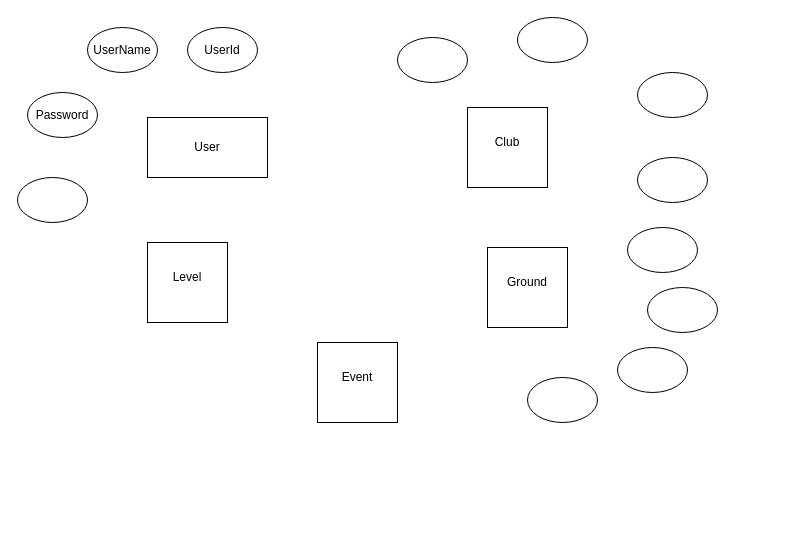
chamithopatha/Crickfix keeps this draw.io diagram as Untitled Diagram.drawio. Above is the earlier version. Source tidied: cells renumbered, new cells numbered last; positions are measured from the earlier drawing's top-left corner, leaving out a move shared by most shapes. Both pictures are drawn from the tidied source at 100%, with x=0, y=0 at pixel (17, 17).
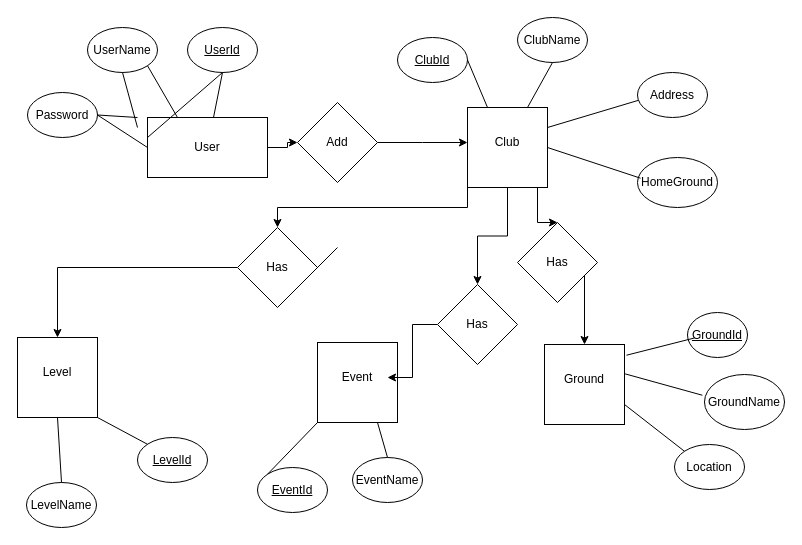
The same page after the edit.

Unchanged cells that the change refers to:
```xml
<mxCell id="2" style="whiteSpace=wrap;html=1;" parent="1" vertex="1">
  <mxGeometry x="450" y="90" width="80" height="80" as="geometry" />
</mxCell>
<mxCell id="8" value="Password" style="ellipse;whiteSpace=wrap;html=1;" parent="1" vertex="1">
  <mxGeometry x="10" y="75" width="70" height="45" as="geometry" />
</mxCell>
<mxCell id="11" value="UserName" style="ellipse;whiteSpace=wrap;html=1;" parent="1" vertex="1">
  <mxGeometry x="70" y="10" width="70" height="45" as="geometry" />
</mxCell>
<mxCell id="20" style="whiteSpace=wrap;html=1;" parent="1" vertex="1">
  <mxGeometry x="300" y="325" width="80" height="80" as="geometry" />
</mxCell>
<mxCell id="21" value="Event" style="text;html=1;strokeColor=none;fillColor=none;align=center;verticalAlign=middle;whiteSpace=wrap;rounded=0;" parent="1" vertex="1">
  <mxGeometry x="310" y="345" width="60" height="30" as="geometry" />
</mxCell>
<mxCell id="22" style="rounded=0;whiteSpace=wrap;html=1;" parent="1" vertex="1">
  <mxGeometry x="130" y="100" width="120" height="60" as="geometry" />
</mxCell>
```

What changed in the source:
```diff
@@
     <mxCell id="4" style="whiteSpace=wrap;html=1;" parent="1" vertex="1">
-      <mxGeometry x="470" y="230" width="80" height="80" as="geometry" />
+      <mxGeometry x="527" y="327" width="80" height="80" as="geometry" />
     </mxCell>
     <mxCell id="5" value="Ground" style="text;html=1;strokeColor=none;fillColor=none;align=center;verticalAlign=middle;whiteSpace=wrap;rounded=0;" parent="1" vertex="1">
-      <mxGeometry x="480" y="250" width="60" height="30" as="geometry" />
+      <mxGeometry x="537" y="347" width="60" height="30" as="geometry" />
     </mxCell>
     <mxCell id="6" style="whiteSpace=wrap;html=1;" parent="1" vertex="1">
-      <mxGeometry x="130" y="225" width="80" height="80" as="geometry" />
+      <mxGeometry y="320" width="80" height="80" as="geometry" />
     </mxCell>
     <mxCell id="7" value="Level" style="text;html=1;strokeColor=none;fillColor=none;align=center;verticalAlign=middle;whiteSpace=wrap;rounded=0;" parent="1" vertex="1">
-      <mxGeometry x="140" y="245" width="60" height="30" as="geometry" />
+      <mxGeometry x="10" y="340" width="60" height="30" as="geometry" />
     </mxCell>
@@
-    <mxCell id="9" style="ellipse;whiteSpace=wrap;html=1;" parent="1" vertex="1">
-      <mxGeometry y="160" width="70" height="45" as="geometry" />
-    </mxCell>
-    <mxCell id="10" value="UserId" style="ellipse;whiteSpace=wrap;html=1;" parent="1" vertex="1">
+    <mxCell id="10" value="&lt;u&gt;UserId&lt;/u&gt;" style="ellipse;whiteSpace=wrap;html=1;" parent="1" vertex="1">
       <mxGeometry x="170" y="10" width="70" height="45" as="geometry" />
     </mxCell>
@@
-    <mxCell id="12" style="ellipse;whiteSpace=wrap;html=1;" parent="1" vertex="1">
+    <mxCell id="12" value="&lt;u&gt;ClubId&lt;/u&gt;" style="ellipse;whiteSpace=wrap;html=1;" parent="1" vertex="1">
       <mxGeometry x="380" y="20" width="70" height="45" as="geometry" />
     </mxCell>
-    <mxCell id="13" style="ellipse;whiteSpace=wrap;html=1;" parent="1" vertex="1">
-      <mxGeometry x="620" y="140" width="70" height="45" as="geometry" />
+    <mxCell id="13" value="HomeGround" style="ellipse;whiteSpace=wrap;html=1;" parent="1" vertex="1">
+      <mxGeometry x="620" y="140" width="80" height="50" as="geometry" />
     </mxCell>
-    <mxCell id="14" style="ellipse;whiteSpace=wrap;html=1;" parent="1" vertex="1">
+    <mxCell id="14" value="Address" style="ellipse;whiteSpace=wrap;html=1;" parent="1" vertex="1">
       <mxGeometry x="620" y="55" width="70" height="45" as="geometry" />
     </mxCell>
-    <mxCell id="15" style="ellipse;whiteSpace=wrap;html=1;" parent="1" vertex="1">
+    <mxCell id="15" value="ClubName" style="ellipse;whiteSpace=wrap;html=1;" parent="1" vertex="1">
       <mxGeometry x="500" width="70" height="45" as="geometry" />
     </mxCell>
-    <mxCell id="16" style="ellipse;whiteSpace=wrap;html=1;" parent="1" vertex="1">
-      <mxGeometry x="510" y="360" width="70" height="45" as="geometry" />
+    <mxCell id="16" value="&lt;u&gt;EventId&lt;/u&gt;" style="ellipse;whiteSpace=wrap;html=1;" parent="1" vertex="1">
+      <mxGeometry x="240" y="450" width="70" height="45" as="geometry" />
     </mxCell>
-    <mxCell id="17" style="ellipse;whiteSpace=wrap;html=1;" parent="1" vertex="1">
-      <mxGeometry x="600" y="330" width="70" height="45" as="geometry" />
+    <mxCell id="17" value="Location" style="ellipse;whiteSpace=wrap;html=1;" parent="1" vertex="1">
+      <mxGeometry x="657" y="427" width="70" height="45" as="geometry" />
     </mxCell>
-    <mxCell id="18" style="ellipse;whiteSpace=wrap;html=1;" parent="1" vertex="1">
-      <mxGeometry x="630" y="270" width="70" height="45" as="geometry" />
+    <mxCell id="18" value="GroundName" style="ellipse;whiteSpace=wrap;html=1;" parent="1" vertex="1">
+      <mxGeometry x="687" y="357" width="80" height="55" as="geometry" />
     </mxCell>
-    <mxCell id="19" style="ellipse;whiteSpace=wrap;html=1;" parent="1" vertex="1">
-      <mxGeometry x="610" y="210" width="70" height="45" as="geometry" />
+    <mxCell id="19" value="&lt;u&gt;GroundId&lt;/u&gt;" style="ellipse;whiteSpace=wrap;html=1;" parent="1" vertex="1">
+      <mxGeometry x="670" y="295" width="60" height="45" as="geometry" />
     </mxCell>
@@
+    <mxCell id="24" style="edgeStyle=orthogonalEdgeStyle;rounded=0;jettySize=auto;html=1;" parent="1" edge="1" source="26">
+      <mxGeometry relative="1" as="geometry">
+        <mxPoint x="450" y="125" as="targetPoint" />
+      </mxGeometry>
+    </mxCell>
+    <mxCell id="25" style="edgeStyle=orthogonalEdgeStyle;rounded=0;jettySize=auto;html=1;" parent="1" edge="1" source="22" target="26">
+      <mxGeometry relative="1" as="geometry" />
+    </mxCell>
@@
+    <mxCell id="26" value="Add" style="rhombus;whiteSpace=wrap;html=1;" parent="1" vertex="1">
+      <mxGeometry x="280" y="85" width="80" height="80" as="geometry" />
+    </mxCell>
@@
+    <mxCell id="27" value="EventName" style="ellipse;whiteSpace=wrap;html=1;" parent="1" vertex="1">
+      <mxGeometry x="335" y="440" width="70" height="45" as="geometry" />
+    </mxCell>
+    <mxCell id="28" style="edgeStyle=orthogonalEdgeStyle;rounded=0;jettySize=auto;html=1;exitX=0;exitY=0.5;exitDx=0;exitDy=0;entryX=0.5;entryY=0;entryDx=0;entryDy=0;" parent="1" edge="1" source="29" target="6">
+      <mxGeometry relative="1" as="geometry" />
+    </mxCell>
+    <mxCell id="29" value="Has" style="rhombus;whiteSpace=wrap;html=1;rotation=0;" parent="1" vertex="1">
+      <mxGeometry x="220" y="210" width="80" height="80" as="geometry" />
+    </mxCell>
+    <mxCell id="30" style="endArrow=none;html=1;rounded=0;exitX=1;exitY=0.5;exitDx=0;exitDy=0;entryX=0;entryY=0.25;entryDx=0;entryDy=0;" parent="1" edge="1" source="8">
+      <mxGeometry relative="1" as="geometry">
+        <mxPoint x="120" y="100" as="targetPoint" />
+      </mxGeometry>
+    </mxCell>
+    <mxCell id="31" style="endArrow=none;html=1;rounded=0;exitX=0.5;exitY=1;exitDx=0;exitDy=0;entryX=0.25;entryY=0;entryDx=0;entryDy=0;" parent="1" edge="1" source="11">
+      <mxGeometry relative="1" as="geometry">
+        <mxPoint x="120" y="110" as="targetPoint" />
+      </mxGeometry>
+    </mxCell>
+    <mxCell id="32" style="endArrow=none;html=1;rounded=0;exitX=0.5;exitY=1;exitDx=0;exitDy=0;entryX=1;entryY=0;entryDx=0;entryDy=0;" parent="1" edge="1" source="10">
+      <mxGeometry relative="1" as="geometry">
+        <mxPoint x="130" y="120" as="targetPoint" />
+      </mxGeometry>
+    </mxCell>
+    <mxCell id="33" style="endArrow=none;html=1;rounded=0;entryX=1;entryY=0.5;entryDx=0;entryDy=0;exitX=0.25;exitY=0;exitDx=0;exitDy=0;" parent="1" edge="1" source="2" target="12">
+      <mxGeometry relative="1" as="geometry" />
+    </mxCell>
+    <mxCell id="34" style="endArrow=none;html=1;rounded=0;entryX=0.5;entryY=1;entryDx=0;entryDy=0;exitX=0.75;exitY=0;exitDx=0;exitDy=0;" parent="1" edge="1" source="2" target="15">
+      <mxGeometry relative="1" as="geometry" />
+    </mxCell>
+    <mxCell id="35" style="endArrow=none;html=1;rounded=0;entryX=0.014;entryY=0.618;entryDx=0;entryDy=0;exitX=1;exitY=0.25;exitDx=0;exitDy=0;entryPerimeter=0;" parent="1" edge="1" source="2" target="14">
+      <mxGeometry relative="1" as="geometry" />
+    </mxCell>
+    <mxCell id="36" style="endArrow=none;html=1;rounded=0;entryX=0.038;entryY=0.414;entryDx=0;entryDy=0;exitX=1;exitY=0.5;exitDx=0;exitDy=0;entryPerimeter=0;" parent="1" edge="1" source="2" target="13">
+      <mxGeometry relative="1" as="geometry" />
+    </mxCell>
+    <mxCell id="37" style="endArrow=none;html=1;rounded=0;exitX=1.025;exitY=0.134;exitDx=0;exitDy=0;entryX=-0.001;entryY=0.3;entryDx=0;entryDy=0;entryPerimeter=0;exitPerimeter=0;" parent="1" edge="1" source="4">
+      <mxGeometry relative="1" as="geometry">
+        <mxPoint x="676.9" y="320.5" as="targetPoint" />
+      </mxGeometry>
+    </mxCell>
+    <mxCell id="38" style="endArrow=none;html=1;rounded=0;exitX=1.008;exitY=0.367;exitDx=0;exitDy=0;entryX=-0.027;entryY=0.377;entryDx=0;entryDy=0;entryPerimeter=0;exitPerimeter=0;" parent="1" edge="1" source="4" target="18">
+      <mxGeometry relative="1" as="geometry" />
+    </mxCell>
+    <mxCell id="39" style="endArrow=none;html=1;rounded=0;exitX=1;exitY=0.75;exitDx=0;exitDy=0;entryX=0;entryY=0;entryDx=0;entryDy=0;" parent="1" edge="1" source="4" target="17">
+      <mxGeometry relative="1" as="geometry" />
+    </mxCell>
+    <mxCell id="40" style="endArrow=none;html=1;rounded=0;entryX=0;entryY=0;entryDx=0;entryDy=0;exitX=0;exitY=1;exitDx=0;exitDy=0;" parent="1" edge="1" source="20" target="16">
+      <mxGeometry relative="1" as="geometry" />
+    </mxCell>
+    <mxCell id="41" style="endArrow=none;html=1;rounded=0;entryX=0.5;entryY=0;entryDx=0;entryDy=0;exitX=0.75;exitY=1;exitDx=0;exitDy=0;" parent="1" edge="1" source="20" target="27">
+      <mxGeometry relative="1" as="geometry" />
+    </mxCell>
+    <mxCell id="42" value="&lt;u&gt;LevelId&lt;/u&gt;" style="ellipse;whiteSpace=wrap;html=1;" parent="1" vertex="1">
+      <mxGeometry x="120" y="420" width="70" height="45" as="geometry" />
+    </mxCell>
+    <mxCell id="43" style="endArrow=none;html=1;rounded=0;entryX=0;entryY=0;entryDx=0;entryDy=0;exitX=1;exitY=0.75;exitDx=0;exitDy=0;" parent="1" edge="1" target="42">
+      <mxGeometry relative="1" as="geometry">
+        <mxPoint x="80" y="400" as="sourcePoint" />
+      </mxGeometry>
+    </mxCell>
+    <mxCell id="44" value="LevelName" style="ellipse;whiteSpace=wrap;html=1;" parent="1" vertex="1">
+      <mxGeometry x="9" y="465" width="70" height="45" as="geometry" />
+    </mxCell>
+    <mxCell id="45" style="endArrow=none;html=1;rounded=0;entryX=0.5;entryY=0;entryDx=0;entryDy=0;exitX=0.5;exitY=1;exitDx=0;exitDy=0;" parent="1" edge="1" source="6" target="44">
+      <mxGeometry relative="1" as="geometry" />
+    </mxCell>
+    <mxCell id="46" style="edgeStyle=orthogonalEdgeStyle;rounded=0;jettySize=auto;html=1;" parent="1" edge="1" source="47" target="21">
+      <mxGeometry relative="1" as="geometry" />
+    </mxCell>
+    <mxCell id="47" value="Has" style="rhombus;whiteSpace=wrap;html=1;rotation=0;" parent="1" vertex="1">
+      <mxGeometry x="420" y="267" width="80" height="80" as="geometry" />
+    </mxCell>
+    <mxCell id="48" style="edgeStyle=orthogonalEdgeStyle;rounded=0;jettySize=auto;html=1;entryX=0.5;entryY=0;entryDx=0;entryDy=0;" parent="1" edge="1" source="2" target="49">
+      <mxGeometry relative="1" as="geometry">
+        <Array as="points">
+          <mxPoint x="520" y="205" />
+        </Array>
+      </mxGeometry>
+    </mxCell>
+    <mxCell id="49" value="Has" style="rhombus;whiteSpace=wrap;html=1;rotation=0;" parent="1" vertex="1">
+      <mxGeometry x="500" y="205" width="80" height="80" as="geometry" />
+    </mxCell>
+    <mxCell id="50" style="edgeStyle=orthogonalEdgeStyle;rounded=0;jettySize=auto;html=1;exitX=0;exitY=1;exitDx=0;exitDy=0;entryX=0.5;entryY=0;entryDx=0;entryDy=0;" parent="1" edge="1" source="2" target="29">
+      <mxGeometry relative="1" as="geometry" />
+    </mxCell>
+    <mxCell id="51" style="edgeStyle=orthogonalEdgeStyle;rounded=0;jettySize=auto;html=1;" parent="1" edge="1" source="2" target="47">
+      <mxGeometry relative="1" as="geometry" />
+    </mxCell>
+    <mxCell id="52" style="edgeStyle=orthogonalEdgeStyle;rounded=0;jettySize=auto;html=1;entryX=0.5;entryY=0;entryDx=0;entryDy=0;" parent="1" edge="1" source="49" target="4">
+      <mxGeometry relative="1" as="geometry">
+        <Array as="points">
+          <mxPoint x="530" y="249" />
+          <mxPoint x="567" y="249" />
+        </Array>
+      </mxGeometry>
+    </mxCell>
+    <mxCell id="53" style="edgeStyle=orthogonalEdgeStyle;rounded=0;jettySize=auto;html=1;exitX=1.017;exitY=0.588;exitDx=0;exitDy=0;exitPerimeter=0;" parent="1" edge="1" target="26">
+      <mxGeometry relative="1" as="geometry">
+        <Array as="points">
+          <mxPoint x="191" y="125" />
+        </Array>
+      </mxGeometry>
+    </mxCell>
+    <mxCell id="54" style="endArrow=none;html=1;rounded=0;" parent="1" edge="1">
+      <mxGeometry relative="1" as="geometry">
+        <mxPoint x="270" y="280" as="sourcePoint" />
+        <mxPoint x="320" y="230" as="targetPoint" />
+      </mxGeometry>
+    </mxCell>
+    <mxCell id="55" style="endArrow=none;html=1;rounded=0;exitX=1;exitY=0.5;exitDx=0;exitDy=0;entryX=0;entryY=0.5;entryDx=0;entryDy=0;" parent="1" edge="1" source="8" target="22">
+      <mxGeometry relative="1" as="geometry" />
+    </mxCell>
+    <mxCell id="56" style="endArrow=none;html=1;rounded=0;exitX=1;exitY=1;exitDx=0;exitDy=0;entryX=0.25;entryY=0;entryDx=0;entryDy=0;" parent="1" edge="1" source="11" target="22">
+      <mxGeometry relative="1" as="geometry" />
+    </mxCell>
+    <mxCell id="57" style="endArrow=none;html=1;rounded=0;exitX=0.5;exitY=1;exitDx=0;exitDy=0;" parent="1" edge="1" source="10" target="22">
+      <mxGeometry relative="1" as="geometry" />
+    </mxCell>
```
